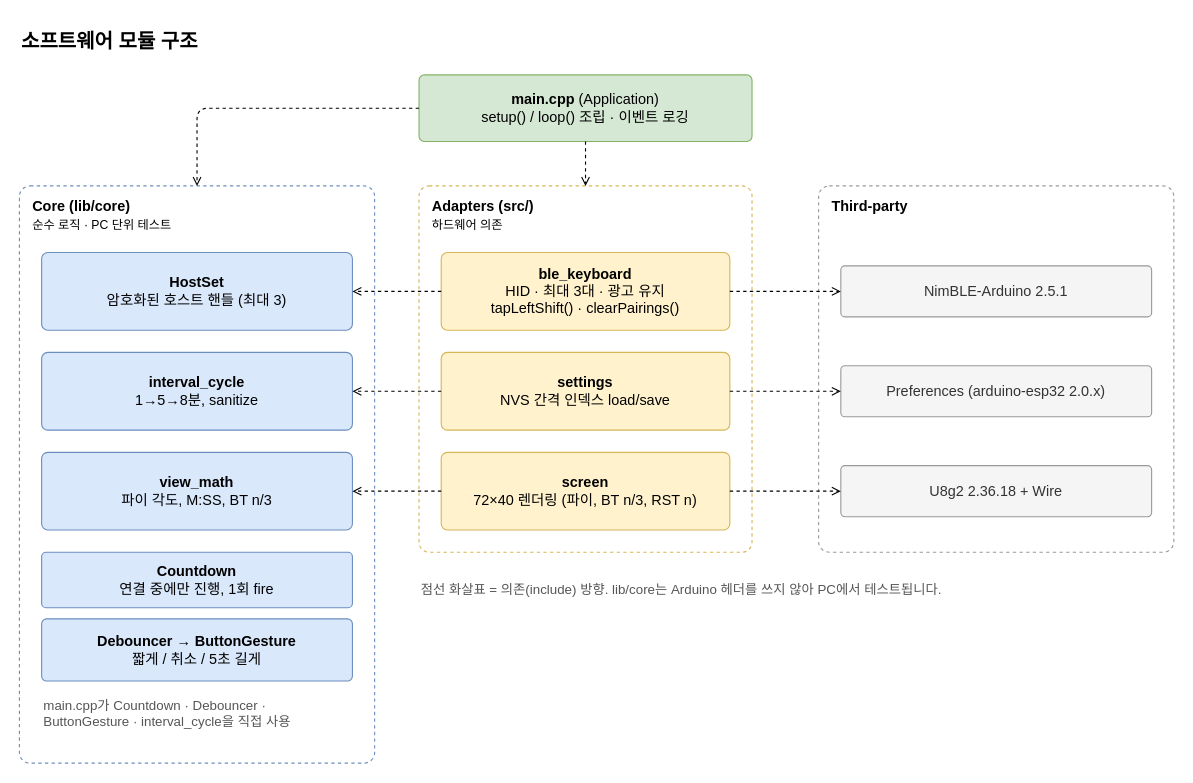
elllight/pccaffeine_kbd keeps this draw.io diagram as docs/diagrams/software-architecture.drawio. Above is the earlier version. Source tidied: cells renumbered, new cells numbered last; positions are measured from the earlier drawing's top-left corner, leaving out a move shared by most shapes. Both pictures are drawn from the tidied source at 111%, with x=0, y=0 at pixel (19, 19).
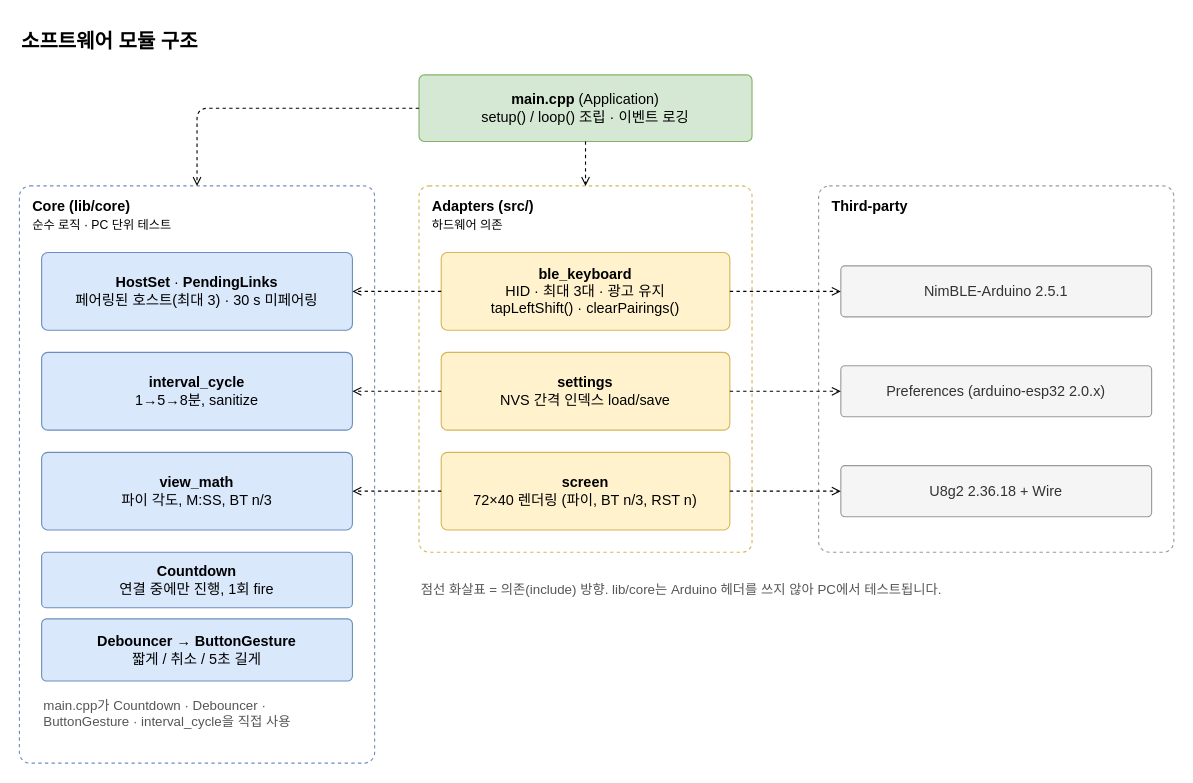
Above is the later version.

Commit message (it also covers changes not shown here):
docs: SADS and diagrams for review fixes; mark Phase 6 done

What changed in the source:
```diff
@@
-    <mxCell id="13" value="&lt;b&gt;HostSet&lt;/b&gt;&lt;br&gt;암호화된 호스트 핸들 (최대 3)" style="rounded=1;whiteSpace=wrap;html=1;arcSize=8;fontFamily=Helvetica;fontSize=13;fillColor=#dae8fc;strokeColor=#6c8ebf;" parent="1" vertex="1">
+    <mxCell id="13" value="&lt;b&gt;HostSet&lt;/b&gt; · &lt;b&gt;PendingLinks&lt;/b&gt;&lt;br&gt;페어링된 호스트(최대 3) · 30 s 미페어링" style="rounded=1;whiteSpace=wrap;html=1;arcSize=8;fontFamily=Helvetica;fontSize=13;fillColor=#dae8fc;strokeColor=#6c8ebf;" parent="1" vertex="1">
       <mxGeometry x="20" y="210" width="280" height="70" as="geometry" />
     </mxCell>
```
